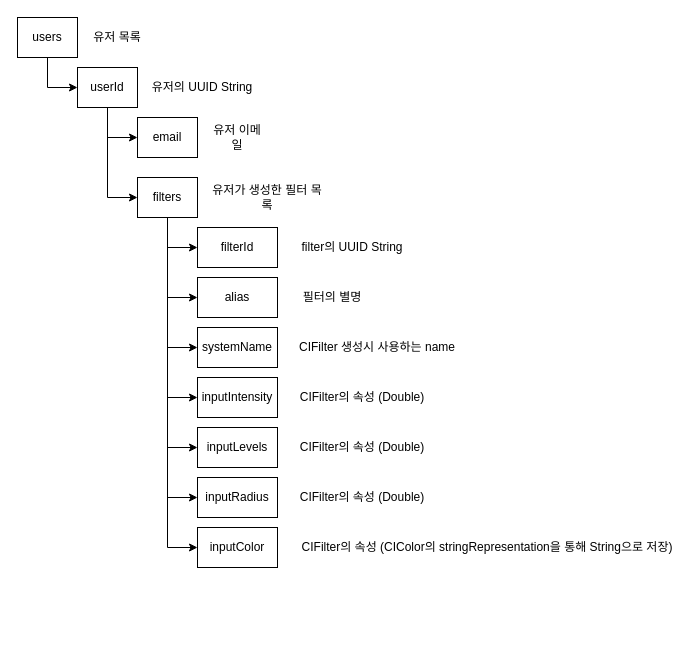
shintwelv/SimpleCameraFilterApp keeps this draw.io diagram as SimpleCameraApp.drawio. Above is the earlier version. Source tidied: cells renumbered, new cells numbered last; positions are measured from the earlier drawing's top-left corner, leaving out a move shared by most shapes. Both pictures are drawn from the tidied source at 100%, with x=0, y=0 at pixel (17, 17).
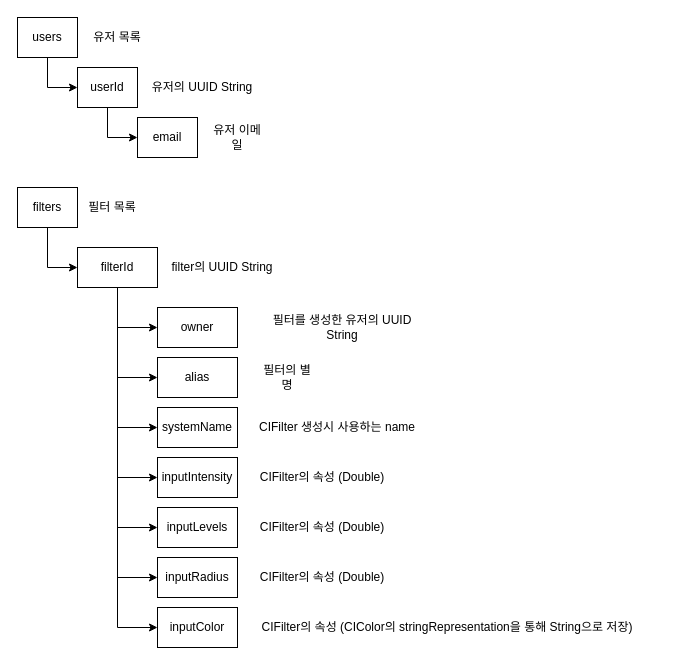
The same diagram, later.

The change refers to these unchanged cells:
```xml
<mxCell id="6" value="userId" style="rounded=0;whiteSpace=wrap;html=1;" parent="1" vertex="1">
  <mxGeometry x="60" y="50" width="60" height="40" as="geometry" />
</mxCell>
```

What changed in the source:
```diff
@@
-    <mxCell id="5" style="edgeStyle=orthogonalEdgeStyle;rounded=0;jettySize=auto;html=1;entryX=0;entryY=0.5;entryDx=0;entryDy=0;" parent="1" edge="1" source="6" target="15">
-      <mxGeometry relative="1" as="geometry" />
-    </mxCell>
@@
+    <mxCell id="16" value="유저의 UUID String" style="text;html=1;strokeColor=none;fillColor=none;align=center;verticalAlign=middle;whiteSpace=wrap;rounded=0;" parent="1" vertex="1">
+      <mxGeometry x="130" y="55" width="110" height="30" as="geometry" />
+    </mxCell>
+    <mxCell id="32" value="유저 목록" style="text;html=1;strokeColor=none;fillColor=none;align=center;verticalAlign=middle;whiteSpace=wrap;rounded=0;" parent="1" vertex="1">
+      <mxGeometry x="70" y="5" width="60" height="30" as="geometry" />
+    </mxCell>
+    <mxCell id="33" value="유저 이메일" style="text;html=1;strokeColor=none;fillColor=none;align=center;verticalAlign=middle;whiteSpace=wrap;rounded=0;" parent="1" vertex="1">
+      <mxGeometry x="190" y="105" width="60" height="30" as="geometry" />
+    </mxCell>
-    <mxCell id="8" style="edgeStyle=orthogonalEdgeStyle;rounded=0;jettySize=auto;html=1;entryX=0;entryY=0.5;entryDx=0;entryDy=0;" parent="1" edge="1" source="15" target="19">
+    <mxCell id="8" style="edgeStyle=orthogonalEdgeStyle;rounded=0;jettySize=auto;html=1;exitX=0.5;exitY=1;exitDx=0;exitDy=0;entryX=0;entryY=0.5;entryDx=0;entryDy=0;" parent="1" edge="1" source="15" target="19">
       <mxGeometry relative="1" as="geometry" />
     </mxCell>
-    <mxCell id="9" style="edgeStyle=orthogonalEdgeStyle;rounded=0;jettySize=auto;html=1;entryX=0;entryY=0.5;entryDx=0;entryDy=0;" parent="1" edge="1" source="15" target="17">
-      <mxGeometry relative="1" as="geometry" />
-    </mxCell>
-    <mxCell id="10" style="edgeStyle=orthogonalEdgeStyle;rounded=0;jettySize=auto;html=1;entryX=0;entryY=0.5;entryDx=0;entryDy=0;" parent="1" edge="1" source="15" target="21">
-      <mxGeometry relative="1" as="geometry" />
-    </mxCell>
-    <mxCell id="11" style="edgeStyle=orthogonalEdgeStyle;rounded=0;jettySize=auto;html=1;entryX=0;entryY=0.5;entryDx=0;entryDy=0;" parent="1" edge="1" source="15" target="23">
-      <mxGeometry relative="1" as="geometry" />
-    </mxCell>
-    <mxCell id="12" style="edgeStyle=orthogonalEdgeStyle;rounded=0;jettySize=auto;html=1;entryX=0;entryY=0.5;entryDx=0;entryDy=0;" parent="1" edge="1" source="15" target="24">
-      <mxGeometry relative="1" as="geometry" />
-    </mxCell>
-    <mxCell id="13" style="edgeStyle=orthogonalEdgeStyle;rounded=0;jettySize=auto;html=1;entryX=0;entryY=0.5;entryDx=0;entryDy=0;" parent="1" edge="1" source="15" target="25">
-      <mxGeometry relative="1" as="geometry" />
-    </mxCell>
-    <mxCell id="14" style="edgeStyle=orthogonalEdgeStyle;rounded=0;jettySize=auto;html=1;entryX=0;entryY=0.5;entryDx=0;entryDy=0;" parent="1" edge="1" source="15" target="26">
-      <mxGeometry relative="1" as="geometry" />
-    </mxCell>
     <mxCell id="15" value="filters" style="rounded=0;whiteSpace=wrap;html=1;" parent="1" vertex="1">
-      <mxGeometry x="120" y="160" width="60" height="40" as="geometry" />
+      <mxGeometry y="170" width="60" height="40" as="geometry" />
     </mxCell>
-    <mxCell id="16" value="유저의 UUID String" style="text;html=1;strokeColor=none;fillColor=none;align=center;verticalAlign=middle;whiteSpace=wrap;rounded=0;" parent="1" vertex="1">
-      <mxGeometry x="130" y="55" width="110" height="30" as="geometry" />
-    </mxCell>
+    <mxCell id="34" style="edgeStyle=orthogonalEdgeStyle;rounded=0;jettySize=auto;html=1;exitX=0.5;exitY=1;exitDx=0;exitDy=0;entryX=0;entryY=0.5;entryDx=0;entryDy=0;" parent="1" edge="1" source="19" target="45">
+      <mxGeometry relative="1" as="geometry" />
+    </mxCell>
+    <mxCell id="35" style="edgeStyle=orthogonalEdgeStyle;rounded=0;jettySize=auto;html=1;entryX=0;entryY=0.5;entryDx=0;entryDy=0;" parent="1" edge="1" source="19" target="17">
+      <mxGeometry relative="1" as="geometry" />
+    </mxCell>
+    <mxCell id="36" style="edgeStyle=orthogonalEdgeStyle;rounded=0;jettySize=auto;html=1;entryX=0;entryY=0.5;entryDx=0;entryDy=0;" parent="1" edge="1" source="19" target="21">
+      <mxGeometry relative="1" as="geometry" />
+    </mxCell>
+    <mxCell id="37" style="edgeStyle=orthogonalEdgeStyle;rounded=0;jettySize=auto;html=1;entryX=0;entryY=0.5;entryDx=0;entryDy=0;" parent="1" edge="1" source="19" target="23">
+      <mxGeometry relative="1" as="geometry" />
+    </mxCell>
+    <mxCell id="38" style="edgeStyle=orthogonalEdgeStyle;rounded=0;jettySize=auto;html=1;entryX=0;entryY=0.5;entryDx=0;entryDy=0;" parent="1" edge="1" source="19" target="24">
+      <mxGeometry relative="1" as="geometry" />
+    </mxCell>
+    <mxCell id="39" style="edgeStyle=orthogonalEdgeStyle;rounded=0;jettySize=auto;html=1;entryX=0;entryY=0.5;entryDx=0;entryDy=0;" parent="1" edge="1" source="19" target="25">
+      <mxGeometry relative="1" as="geometry" />
+    </mxCell>
+    <mxCell id="40" style="edgeStyle=orthogonalEdgeStyle;rounded=0;jettySize=auto;html=1;entryX=0;entryY=0.5;entryDx=0;entryDy=0;" parent="1" edge="1" source="19" target="26">
+      <mxGeometry relative="1" as="geometry" />
+    </mxCell>
+    <mxCell id="19" value="filterId" style="rounded=0;whiteSpace=wrap;html=1;" parent="1" vertex="1">
+      <mxGeometry x="60" y="230" width="80" height="40" as="geometry" />
+    </mxCell>
     <mxCell id="17" value="alias" style="rounded=0;whiteSpace=wrap;html=1;" parent="1" vertex="1">
-      <mxGeometry x="180" y="260" width="80" height="40" as="geometry" />
+      <mxGeometry x="140" y="340" width="80" height="40" as="geometry" />
     </mxCell>
     <mxCell id="18" value="필터의 별명" style="text;html=1;strokeColor=none;fillColor=none;align=center;verticalAlign=middle;whiteSpace=wrap;rounded=0;" parent="1" vertex="1">
-      <mxGeometry x="280" y="265" width="70" height="30" as="geometry" />
+      <mxGeometry x="240" y="345" width="60" height="30" as="geometry" />
     </mxCell>
-    <mxCell id="19" value="filterId" style="rounded=0;whiteSpace=wrap;html=1;" parent="1" vertex="1">
-      <mxGeometry x="180" y="210" width="80" height="40" as="geometry" />
-    </mxCell>
-    <mxCell id="20" value="filter의 UUID String" style="text;html=1;strokeColor=none;fillColor=none;align=center;verticalAlign=middle;whiteSpace=wrap;rounded=0;" parent="1" vertex="1">
-      <mxGeometry x="280" y="215" width="110" height="30" as="geometry" />
-    </mxCell>
     <mxCell id="21" value="systemName" style="rounded=0;whiteSpace=wrap;html=1;" parent="1" vertex="1">
-      <mxGeometry x="180" y="310" width="80" height="40" as="geometry" />
+      <mxGeometry x="140" y="390" width="80" height="40" as="geometry" />
     </mxCell>
     <mxCell id="22" value="CIFilter 생성시 사용하는 name" style="text;html=1;strokeColor=none;fillColor=none;align=center;verticalAlign=middle;whiteSpace=wrap;rounded=0;" parent="1" vertex="1">
-      <mxGeometry x="280" y="315" width="160" height="30" as="geometry" />
+      <mxGeometry x="240" y="395" width="160" height="30" as="geometry" />
     </mxCell>
     <mxCell id="23" value="inputIntensity" style="rounded=0;whiteSpace=wrap;html=1;" parent="1" vertex="1">
-      <mxGeometry x="180" y="360" width="80" height="40" as="geometry" />
+      <mxGeometry x="140" y="440" width="80" height="40" as="geometry" />
     </mxCell>
     <mxCell id="24" value="inputLevels" style="rounded=0;whiteSpace=wrap;html=1;" parent="1" vertex="1">
-      <mxGeometry x="180" y="410" width="80" height="40" as="geometry" />
+      <mxGeometry x="140" y="490" width="80" height="40" as="geometry" />
     </mxCell>
     <mxCell id="25" value="inputRadius" style="rounded=0;whiteSpace=wrap;html=1;" parent="1" vertex="1">
-      <mxGeometry x="180" y="460" width="80" height="40" as="geometry" />
+      <mxGeometry x="140" y="540" width="80" height="40" as="geometry" />
     </mxCell>
     <mxCell id="26" value="inputColor" style="rounded=0;whiteSpace=wrap;html=1;" parent="1" vertex="1">
-      <mxGeometry x="180" y="510" width="80" height="40" as="geometry" />
+      <mxGeometry x="140" y="590" width="80" height="40" as="geometry" />
     </mxCell>
-    <mxCell id="27" value="CIFilter의 속성 (Double)" style="text;html=1;strokeColor=none;fillColor=none;align=center;verticalAlign=middle;whiteSpace=wrap;rounded=0;" parent="1" vertex="1">
-      <mxGeometry x="280" y="365" width="130" height="30" as="geometry" />
-    </mxCell>
+    <mxCell id="41" value="CIFilter의 속성 (Double)" style="text;html=1;strokeColor=none;fillColor=none;align=center;verticalAlign=middle;whiteSpace=wrap;rounded=0;" parent="1" vertex="1">
+      <mxGeometry x="240" y="445" width="130" height="30" as="geometry" />
+    </mxCell>
     <mxCell id="28" value="CIFilter의 속성 (CIColor의 stringRepresentation을 통해 String으로 저장)" style="text;html=1;strokeColor=none;fillColor=none;align=center;verticalAlign=middle;whiteSpace=wrap;rounded=0;" parent="1" vertex="1">
-      <mxGeometry x="280" y="515" width="380" height="30" as="geometry" />
+      <mxGeometry x="240" y="595" width="380" height="30" as="geometry" />
     </mxCell>
-    <mxCell id="29" value="CIFilter의 속성 (Double)" style="text;html=1;strokeColor=none;fillColor=none;align=center;verticalAlign=middle;whiteSpace=wrap;rounded=0;" parent="1" vertex="1">
-      <mxGeometry x="280" y="415" width="130" height="30" as="geometry" />
-    </mxCell>
-    <mxCell id="30" value="CIFilter의 속성 (Double)" style="text;html=1;strokeColor=none;fillColor=none;align=center;verticalAlign=middle;whiteSpace=wrap;rounded=0;" parent="1" vertex="1">
-      <mxGeometry x="280" y="465" width="130" height="30" as="geometry" />
-    </mxCell>
-    <mxCell id="31" value="유저가 생성한 필터 목록" style="text;html=1;strokeColor=none;fillColor=none;align=center;verticalAlign=middle;whiteSpace=wrap;rounded=0;" parent="1" vertex="1">
-      <mxGeometry x="190" y="165" width="120" height="30" as="geometry" />
-    </mxCell>
-    <mxCell id="32" value="유저 목록" style="text;html=1;strokeColor=none;fillColor=none;align=center;verticalAlign=middle;whiteSpace=wrap;rounded=0;" parent="1" vertex="1">
-      <mxGeometry x="70" y="5" width="60" height="30" as="geometry" />
-    </mxCell>
-    <mxCell id="33" value="유저 이메일" style="text;html=1;strokeColor=none;fillColor=none;align=center;verticalAlign=middle;whiteSpace=wrap;rounded=0;" parent="1" vertex="1">
-      <mxGeometry x="190" y="105" width="60" height="30" as="geometry" />
-    </mxCell>
+    <mxCell id="42" value="CIFilter의 속성 (Double)" style="text;html=1;strokeColor=none;fillColor=none;align=center;verticalAlign=middle;whiteSpace=wrap;rounded=0;" parent="1" vertex="1">
+      <mxGeometry x="240" y="495" width="130" height="30" as="geometry" />
+    </mxCell>
+    <mxCell id="43" value="CIFilter의 속성 (Double)" style="text;html=1;strokeColor=none;fillColor=none;align=center;verticalAlign=middle;whiteSpace=wrap;rounded=0;" parent="1" vertex="1">
+      <mxGeometry x="240" y="545" width="130" height="30" as="geometry" />
+    </mxCell>
+    <mxCell id="44" value="필터 목록" style="text;html=1;strokeColor=none;fillColor=none;align=center;verticalAlign=middle;whiteSpace=wrap;rounded=0;" parent="1" vertex="1">
+      <mxGeometry x="70" y="175" width="50" height="30" as="geometry" />
+    </mxCell>
+    <mxCell id="20" value="filter의 UUID String" style="text;html=1;strokeColor=none;fillColor=none;align=center;verticalAlign=middle;whiteSpace=wrap;rounded=0;" parent="1" vertex="1">
+      <mxGeometry x="150" y="235" width="110" height="30" as="geometry" />
+    </mxCell>
+    <mxCell id="45" value="owner" style="rounded=0;whiteSpace=wrap;html=1;" parent="1" vertex="1">
+      <mxGeometry x="140" y="290" width="80" height="40" as="geometry" />
+    </mxCell>
+    <mxCell id="46" value="필터를 생성한 유저의 UUID String" style="text;html=1;strokeColor=none;fillColor=none;align=center;verticalAlign=middle;whiteSpace=wrap;rounded=0;" parent="1" vertex="1">
+      <mxGeometry x="240" y="295" width="170" height="30" as="geometry" />
+    </mxCell>
```
